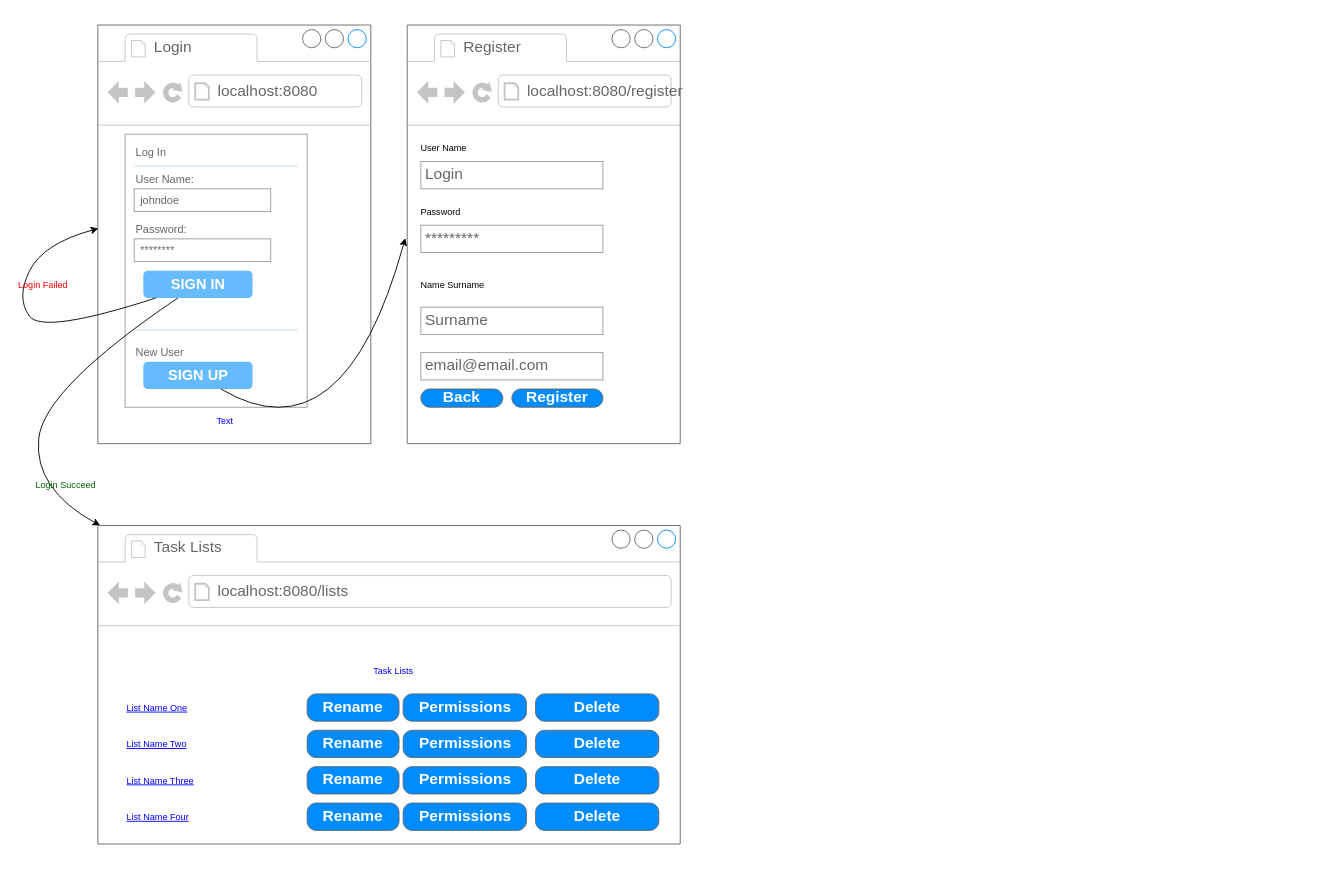
The draw.io diagram doAppScreens.drawio in irinakravcova/doApp, before the edit. Source tidied: cells renumbered, new cells numbered last; positions are measured from the earlier drawing's top-left corner, leaving out a move shared by most shapes. Both pictures are drawn from the tidied source at 91%, with x=0, y=0 at pixel (15, 25).
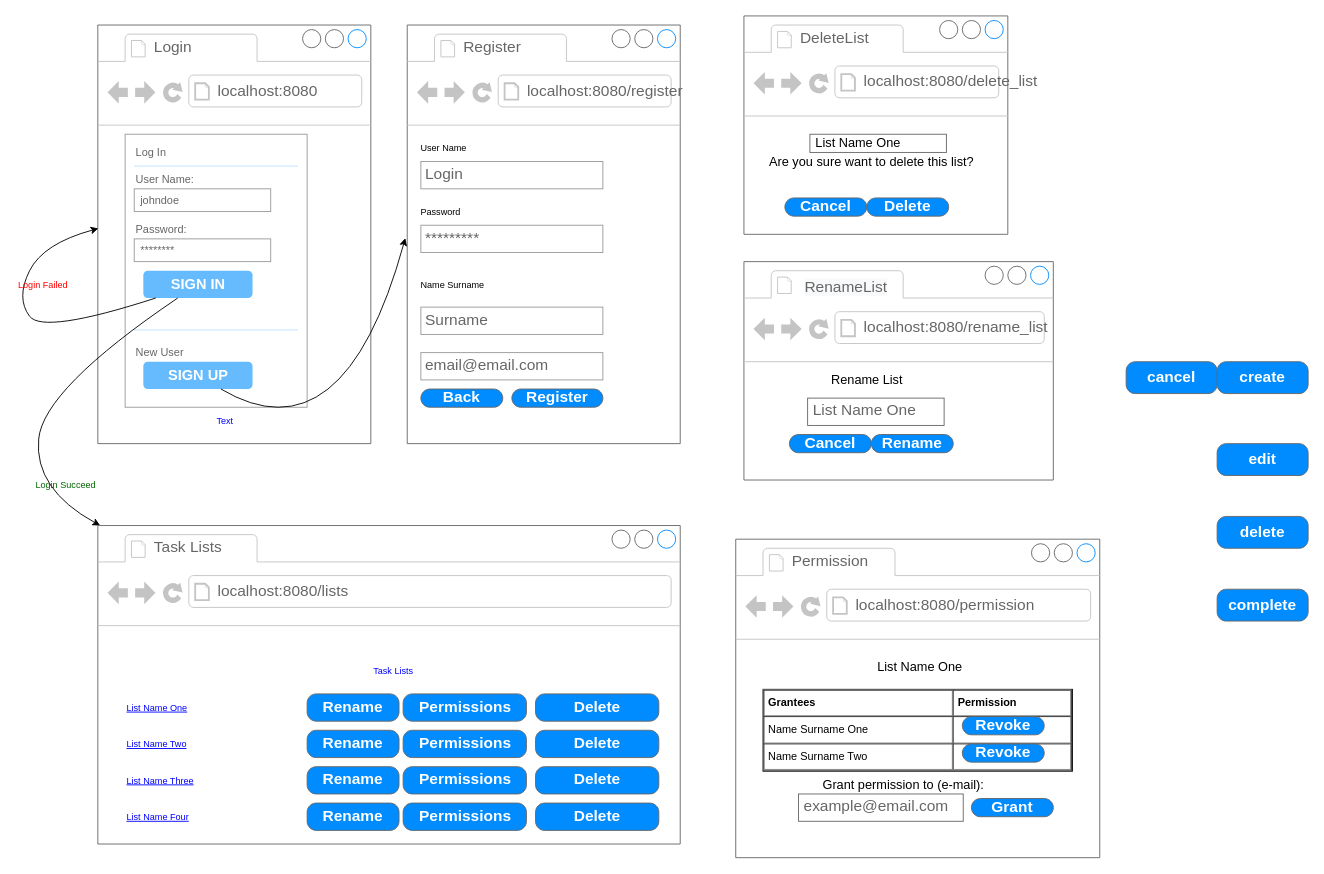
Above is the later version.

Commit message:
Task list manipulation mockups.

Diff of the diagram source:
```diff
@@
+    <mxCell id="57" style="strokeWidth=1;shadow=0;dashed=0;align=center;html=1;shape=mxgraph.mockup.containers.browserWindow;rSize=0;strokeColor=#666666;strokeColor2=#008cff;strokeColor3=#c4c4c4;mainText=,;fontSize=14;" parent="1" vertex="1">
+      <mxGeometry x="800" y="-10" width="290" height="240" as="geometry" />
+    </mxCell>
+    <mxCell id="58" value="DeleteList" style="strokeWidth=1;shadow=0;dashed=0;align=center;html=1;shape=mxgraph.mockup.containers.anchor;fontSize=17;fontColor=#666666;align=left;" parent="57" vertex="1">
+      <mxGeometry x="60" y="12" width="110" height="26" as="geometry" />
+    </mxCell>
+    <mxCell id="59" value="localhost:8080/delete_list" style="strokeWidth=1;shadow=0;dashed=0;align=center;html=1;shape=mxgraph.mockup.containers.anchor;rSize=0;fontSize=17;fontColor=#666666;align=left;" parent="57" vertex="1">
+      <mxGeometry x="130" y="60" width="250" height="26" as="geometry" />
+    </mxCell>
+    <mxCell id="60" style="group;" parent="57" vertex="1">
+      <mxGeometry x="35" y="150" width="225" height="70" as="geometry" />
+    </mxCell>
+    <mxCell id="61" value="Are you sure want to delete this list?" style="text;html=1;align=center;verticalAlign=middle;fillColor=none;strokeColor=none;rounded=0;fontSize=14;" parent="60" vertex="1">
+      <mxGeometry x="-15" width="240" height="20" as="geometry" />
+    </mxCell>
+    <mxCell id="62" value="Cancel" style="strokeWidth=1;shadow=0;dashed=0;align=center;html=1;shape=mxgraph.mockup.buttons.button;strokeColor=#666666;fontColor=#ffffff;mainText=;buttonStyle=round;fontSize=17;fontStyle=1;fillColor=#008cff;whiteSpace=wrap;" parent="60" vertex="1">
+      <mxGeometry x="10" y="50" width="90" height="20" as="geometry" />
+    </mxCell>
+    <mxCell id="63" value="Delete" style="strokeWidth=1;shadow=0;dashed=0;align=center;html=1;shape=mxgraph.mockup.buttons.button;strokeColor=#666666;fontColor=#ffffff;mainText=;buttonStyle=round;fontSize=17;fontStyle=1;fillColor=#008cff;whiteSpace=wrap;" parent="60" vertex="1">
+      <mxGeometry x="100" y="50" width="90" height="20" as="geometry" />
+    </mxCell>
+    <mxCell id="64" value="&lt;span style=&quot;color: rgb(0 , 0 , 0) ; font-size: 14px ; text-align: center&quot;&gt;List Name One&lt;/span&gt;" style="strokeWidth=1;shadow=0;dashed=0;align=center;html=1;shape=mxgraph.mockup.text.textBox;fontColor=#666666;align=left;fontSize=17;spacingLeft=4;spacingTop=-3;strokeColor=#666666;mainText=;" parent="57" vertex="1">
+      <mxGeometry x="72.5" y="130" width="150" height="20" as="geometry" />
+    </mxCell>
+    <mxCell id="65" style="strokeWidth=1;shadow=0;dashed=0;align=center;html=1;shape=mxgraph.mockup.containers.browserWindow;rSize=0;strokeColor=#666666;strokeColor2=#008cff;strokeColor3=#c4c4c4;mainText=,;fontSize=14;" parent="1" vertex="1">
+      <mxGeometry x="800" y="260" width="340" height="240" as="geometry" />
+    </mxCell>
+    <mxCell id="66" style="strokeWidth=1;shadow=0;dashed=0;align=center;html=1;shape=mxgraph.mockup.containers.anchor;fontSize=17;fontColor=#666666;align=left;" parent="65" vertex="1">
+      <mxGeometry x="60" y="12" width="110" height="26" as="geometry" />
+    </mxCell>
+    <mxCell id="67" value="localhost:8080/rename_list" style="strokeWidth=1;shadow=0;dashed=0;align=center;html=1;shape=mxgraph.mockup.containers.anchor;rSize=0;fontSize=17;fontColor=#666666;align=left;" parent="65" vertex="1">
+      <mxGeometry x="130" y="60" width="250" height="26" as="geometry" />
+    </mxCell>
+    <mxCell id="68" style="group;" parent="65" vertex="1">
+      <mxGeometry x="50" y="120" width="180" height="90" as="geometry" />
+    </mxCell>
+    <mxCell id="69" value="Rename List" style="text;html=1;align=center;verticalAlign=middle;fillColor=none;strokeColor=none;rounded=0;fontSize=14;" parent="68" vertex="1">
+      <mxGeometry x="40" width="90" height="20" as="geometry" />
+    </mxCell>
+    <mxCell id="70" value="Rename" style="strokeWidth=1;shadow=0;dashed=0;align=center;html=1;shape=mxgraph.mockup.buttons.button;strokeColor=#666666;fontColor=#ffffff;mainText=;buttonStyle=round;fontSize=17;fontStyle=1;fillColor=#008cff;whiteSpace=wrap;" parent="68" vertex="1">
+      <mxGeometry x="90" y="70" width="90" height="20" as="geometry" />
+    </mxCell>
+    <mxCell id="71" value="Cancel" style="strokeWidth=1;shadow=0;dashed=0;align=center;html=1;shape=mxgraph.mockup.buttons.button;strokeColor=#666666;fontColor=#ffffff;mainText=;buttonStyle=round;fontSize=17;fontStyle=1;fillColor=#008cff;whiteSpace=wrap;" parent="68" vertex="1">
+      <mxGeometry y="70" width="90" height="20" as="geometry" />
+    </mxCell>
+    <mxCell id="72" value="List Name One" style="strokeWidth=1;shadow=0;dashed=0;align=center;html=1;shape=mxgraph.mockup.text.textBox;fontColor=#666666;align=left;fontSize=17;spacingLeft=4;spacingTop=-3;strokeColor=#666666;mainText=;" parent="68" vertex="1">
+      <mxGeometry x="20" y="30" width="150" height="30" as="geometry" />
+    </mxCell>
+    <mxCell id="73" value="&lt;span style=&quot;color: rgb(102 , 102 , 102) ; font-family: &amp;#34;helvetica&amp;#34; ; font-size: 17px ; font-style: normal ; font-weight: 400 ; letter-spacing: normal ; text-align: left ; text-indent: 0px ; text-transform: none ; word-spacing: 0px ; background-color: rgb(248 , 249 , 250) ; display: inline ; float: none&quot;&gt;RenameList&lt;/span&gt;" style="text;whiteSpace=wrap;html=1;fontSize=14;" parent="65" vertex="1">
+      <mxGeometry x="65" y="12" width="100" height="30" as="geometry" />
+    </mxCell>
+    <mxCell id="74" style="strokeWidth=1;shadow=0;dashed=0;align=center;html=1;shape=mxgraph.mockup.containers.browserWindow;rSize=0;strokeColor=#666666;strokeColor2=#008cff;strokeColor3=#c4c4c4;mainText=,;fontSize=14;" parent="1" vertex="1">
+      <mxGeometry x="791" y="565" width="400" height="350" as="geometry" />
+    </mxCell>
+    <mxCell id="75" value="Permission" style="strokeWidth=1;shadow=0;dashed=0;align=center;html=1;shape=mxgraph.mockup.containers.anchor;fontSize=17;fontColor=#666666;align=left;" parent="74" vertex="1">
+      <mxGeometry x="60" y="12" width="110" height="26" as="geometry" />
+    </mxCell>
+    <mxCell id="76" value="localhost:8080/permission" style="strokeWidth=1;shadow=0;dashed=0;align=center;html=1;shape=mxgraph.mockup.containers.anchor;rSize=0;fontSize=17;fontColor=#666666;align=left;" parent="74" vertex="1">
+      <mxGeometry x="130" y="60" width="250" height="26" as="geometry" />
+    </mxCell>
+    <mxCell id="77" value="&lt;table cellpadding=&quot;4&quot; cellspacing=&quot;0&quot; border=&quot;1&quot; style=&quot;font-size: 1em ; width: 100% ; height: 100%&quot;&gt;&lt;tbody&gt;&lt;tr&gt;&lt;th&gt;Grantees&lt;/th&gt;&lt;th&gt;Permission&lt;/th&gt;&lt;/tr&gt;&lt;tr&gt;&lt;td&gt;Name Surname One&lt;/td&gt;&lt;td&gt;&lt;br&gt;&lt;/td&gt;&lt;/tr&gt;&lt;tr&gt;&lt;td&gt;Name Surname Two&lt;/td&gt;&lt;td&gt;&lt;br&gt;&lt;/td&gt;&lt;/tr&gt;&lt;/tbody&gt;&lt;/table&gt; " style="verticalAlign=top;align=left;overflow=fill;fontSize=12;fontFamily=Helvetica;html=1;" parent="74" vertex="1">
+      <mxGeometry x="30" y="165" width="340" height="90" as="geometry" />
+    </mxCell>
+    <mxCell id="78" value="Revoke" style="strokeWidth=1;shadow=0;dashed=0;align=center;html=1;shape=mxgraph.mockup.buttons.button;strokeColor=#666666;fontColor=#ffffff;mainText=;buttonStyle=round;fontSize=17;fontStyle=1;fillColor=#008cff;whiteSpace=wrap;" parent="74" vertex="1">
+      <mxGeometry x="249" y="195" width="90" height="20" as="geometry" />
+    </mxCell>
+    <mxCell id="79" value="Revoke" style="strokeWidth=1;shadow=0;dashed=0;align=center;html=1;shape=mxgraph.mockup.buttons.button;strokeColor=#666666;fontColor=#ffffff;mainText=;buttonStyle=round;fontSize=17;fontStyle=1;fillColor=#008cff;whiteSpace=wrap;" parent="74" vertex="1">
+      <mxGeometry x="249" y="225" width="90" height="20" as="geometry" />
+    </mxCell>
+    <mxCell id="80" value="example@email.com" style="strokeWidth=1;shadow=0;dashed=0;align=center;html=1;shape=mxgraph.mockup.text.textBox;fontColor=#666666;align=left;fontSize=17;spacingLeft=4;spacingTop=-3;strokeColor=#666666;mainText=;" parent="74" vertex="1">
+      <mxGeometry x="69" y="280" width="181" height="30" as="geometry" />
+    </mxCell>
+    <mxCell id="81" value="Grant" style="strokeWidth=1;shadow=0;dashed=0;align=center;html=1;shape=mxgraph.mockup.buttons.button;strokeColor=#666666;fontColor=#ffffff;mainText=;buttonStyle=round;fontSize=17;fontStyle=1;fillColor=#008cff;whiteSpace=wrap;" parent="74" vertex="1">
+      <mxGeometry x="259" y="285" width="90" height="20" as="geometry" />
+    </mxCell>
+    <mxCell id="82" value="Grant permission to (e-mail):" style="text;html=1;align=center;verticalAlign=middle;fillColor=none;strokeColor=none;rounded=0;fontSize=14;" parent="74" vertex="1">
+      <mxGeometry x="89" y="260" width="190" height="20" as="geometry" />
+    </mxCell>
+    <mxCell id="83" value="List Name One&amp;nbsp;" style="text;html=1;align=center;verticalAlign=middle;fillColor=none;strokeColor=none;rounded=0;fontSize=14;" parent="74" vertex="1">
+      <mxGeometry x="149" y="130" width="110" height="20" as="geometry" />
+    </mxCell>
+    <mxCell id="84" value="create" style="strokeWidth=1;shadow=0;dashed=0;align=center;html=1;shape=mxgraph.mockup.buttons.button;strokeColor=#666666;fontColor=#ffffff;mainText=;buttonStyle=round;fontSize=17;fontStyle=1;fillColor=#008cff;whiteSpace=wrap;" parent="1" vertex="1">
+      <mxGeometry x="1320" y="370" width="100" height="35" as="geometry" />
+    </mxCell>
+    <mxCell id="85" value="edit" style="strokeWidth=1;shadow=0;dashed=0;align=center;html=1;shape=mxgraph.mockup.buttons.button;strokeColor=#666666;fontColor=#ffffff;mainText=;buttonStyle=round;fontSize=17;fontStyle=1;fillColor=#008cff;whiteSpace=wrap;" parent="1" vertex="1">
+      <mxGeometry x="1320" y="460" width="100" height="35" as="geometry" />
+    </mxCell>
+    <mxCell id="86" value="delete" style="strokeWidth=1;shadow=0;dashed=0;align=center;html=1;shape=mxgraph.mockup.buttons.button;strokeColor=#666666;fontColor=#ffffff;mainText=;buttonStyle=round;fontSize=17;fontStyle=1;fillColor=#008cff;whiteSpace=wrap;" parent="1" vertex="1">
+      <mxGeometry x="1320" y="540" width="100" height="35" as="geometry" />
+    </mxCell>
+    <mxCell id="87" value="complete" style="strokeWidth=1;shadow=0;dashed=0;align=center;html=1;shape=mxgraph.mockup.buttons.button;strokeColor=#666666;fontColor=#ffffff;mainText=;buttonStyle=round;fontSize=17;fontStyle=1;fillColor=#008cff;whiteSpace=wrap;" parent="1" vertex="1">
+      <mxGeometry x="1320" y="620" width="100" height="35" as="geometry" />
+    </mxCell>
+    <mxCell id="88" value="cancel" style="strokeWidth=1;shadow=0;dashed=0;align=center;html=1;shape=mxgraph.mockup.buttons.button;strokeColor=#666666;fontColor=#ffffff;mainText=;buttonStyle=round;fontSize=17;fontStyle=1;fillColor=#008cff;whiteSpace=wrap;" parent="1" vertex="1">
+      <mxGeometry x="1220" y="370" width="100" height="35" as="geometry" />
+    </mxCell>
```
